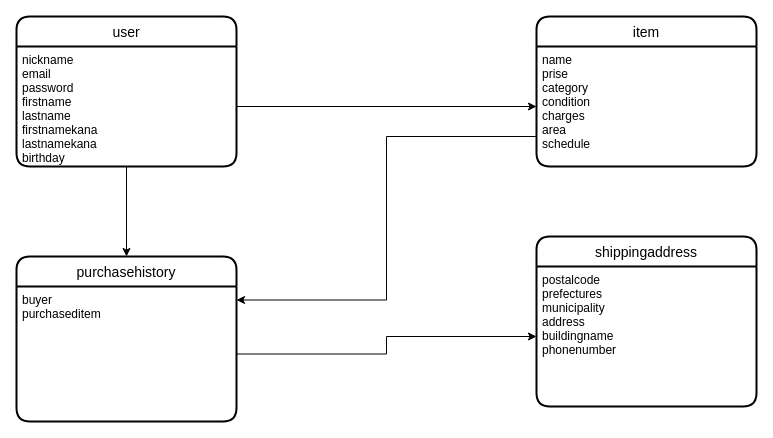
The draw.io diagram furima.dio in tmgg1212/furima-33015, before the edit. Source tidied: cells renumbered, new cells numbered last; positions are measured from the earlier drawing's top-left corner, leaving out a move shared by most shapes. Both pictures are drawn from the tidied source at 100%, with x=0, y=0 at pixel (16, 16).
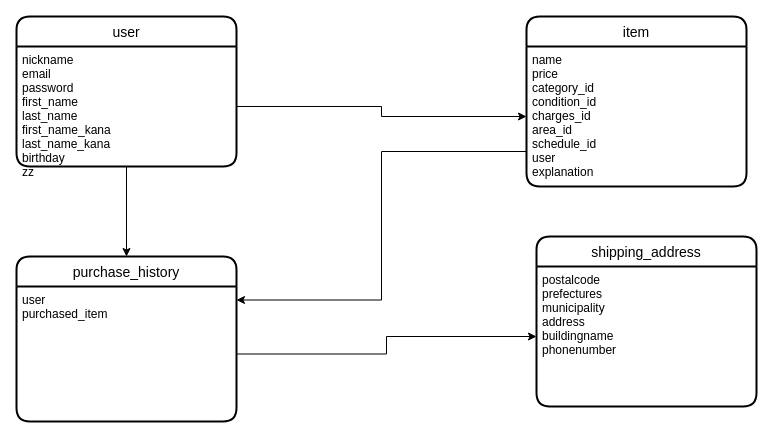
After the change.

The edit, as a diff of the source:
```diff
@@
 <mxGraphModel>
   <root>
     <mxCell id="0" />
     <mxCell id="1" parent="0" />
     <mxCell id="2" value="user" style="swimlane;horizontal=1;startSize=30;rounded=1;fontSize=14;fontStyle=0;strokeWidth=2;shadow=0;dashed=0;align=center;" parent="1" vertex="1">
       <mxGeometry width="220" height="150" as="geometry" />
     </mxCell>
-    <mxCell id="3" value="nickname&#10;email&#10;password&#10;firstname&#10;lastname&#10;firstnamekana&#10;lastnamekana&#10;birthday&#10;&#10;" style="align=left;strokeColor=none;fillColor=none;spacingLeft=4;fontSize=12;verticalAlign=top;" parent="2" vertex="1">
+    <mxCell id="3" value="nickname&#10;email&#10;password&#10;first_name&#10;last_name&#10;first_name_kana&#10;last_name_kana&#10;birthday&#10;zz&#10;" style="align=left;strokeColor=none;fillColor=none;spacingLeft=4;fontSize=12;verticalAlign=top;" parent="2" vertex="1">
       <mxGeometry y="30" width="220" height="120" as="geometry" />
     </mxCell>
     <mxCell id="4" value="item" style="swimlane;horizontal=1;startSize=30;rounded=1;fontSize=14;fontStyle=0;strokeWidth=2;shadow=0;dashed=0;align=center;" parent="1" vertex="1">
-      <mxGeometry x="520" width="220" height="150" as="geometry" />
+      <mxGeometry x="510" width="220" height="170" as="geometry" />
     </mxCell>
     <mxCell id="5" style="edgeStyle=orthogonalEdgeStyle;rounded=0;orthogonalLoop=1;jettySize=auto;html=1;exitX=0.5;exitY=1;exitDx=0;exitDy=0;" parent="4" edge="1" source="6" target="6">
       <mxGeometry relative="1" as="geometry" />
     </mxCell>
-    <mxCell id="6" value="name&#10;prise&#10;category&#10;condition&#10;charges&#10;area&#10;schedule" style="align=left;strokeColor=none;fillColor=none;spacingLeft=4;fontSize=12;verticalAlign=top;" parent="4" vertex="1">
-      <mxGeometry y="30" width="220" height="120" as="geometry" />
+    <mxCell id="6" value="name&#10;price&#10;category_id&#10;condition_id&#10;charges_id&#10;area_id&#10;schedule_id&#10;user&#10;explanation&#10;" style="align=left;strokeColor=none;fillColor=none;spacingLeft=4;fontSize=12;verticalAlign=top;" parent="4" vertex="1">
+      <mxGeometry y="30" width="220" height="140" as="geometry" />
     </mxCell>
     <mxCell id="7" style="edgeStyle=orthogonalEdgeStyle;rounded=0;jettySize=auto;html=1;exitX=1;exitY=0.5;exitDx=0;exitDy=0;entryX=0;entryY=0.5;entryDx=0;entryDy=0;" parent="1" edge="1" source="3" target="6">
       <mxGeometry relative="1" as="geometry" />
     </mxCell>
-    <mxCell id="8" value="shippingaddress" style="swimlane;horizontal=1;startSize=30;rounded=1;fontSize=14;fontStyle=0;strokeWidth=2;shadow=0;dashed=0;align=center;" parent="1" vertex="1">
+    <mxCell id="8" value="shipping_address" style="swimlane;horizontal=1;startSize=30;rounded=1;fontSize=14;fontStyle=0;strokeWidth=2;shadow=0;dashed=0;align=center;" parent="1" vertex="1">
       <mxGeometry x="520" y="220" width="220" height="170" as="geometry" />
     </mxCell>
     <mxCell id="9" value="postalcode&#10;prefectures&#10;municipality&#10;address&#10;buildingname&#10;phonenumber" style="align=left;strokeColor=none;fillColor=none;spacingLeft=4;fontSize=12;verticalAlign=top;" parent="8" vertex="1">
       <mxGeometry y="30" width="220" height="140" as="geometry" />
     </mxCell>
-    <mxCell id="10" value="purchasehistory" style="swimlane;horizontal=1;startSize=30;rounded=1;fontSize=14;fontStyle=0;strokeWidth=2;shadow=0;dashed=0;align=center;" parent="1" vertex="1">
+    <mxCell id="10" value="purchase_history" style="swimlane;horizontal=1;startSize=30;rounded=1;fontSize=14;fontStyle=0;strokeWidth=2;shadow=0;dashed=0;align=center;" parent="1" vertex="1">
       <mxGeometry y="240" width="220" height="165" as="geometry" />
     </mxCell>
-    <mxCell id="11" value="buyer&#10;purchaseditem&#10;&#10;" style="align=left;strokeColor=none;fillColor=none;spacingLeft=4;fontSize=12;verticalAlign=top;" parent="10" vertex="1">
+    <mxCell id="11" value="user&#10;purchased_item&#10;&#10;" style="align=left;strokeColor=none;fillColor=none;spacingLeft=4;fontSize=12;verticalAlign=top;" parent="10" vertex="1">
       <mxGeometry y="30" width="220" height="135" as="geometry" />
     </mxCell>
     <mxCell id="12" style="edgeStyle=orthogonalEdgeStyle;rounded=0;jettySize=auto;html=1;exitX=1;exitY=0.5;exitDx=0;exitDy=0;entryX=0;entryY=0.5;entryDx=0;entryDy=0;" parent="1" edge="1" source="11" target="9">
       <mxGeometry relative="1" as="geometry" />
     </mxCell>
     <mxCell id="13" style="edgeStyle=orthogonalEdgeStyle;rounded=0;jettySize=auto;html=1;exitX=0.5;exitY=1;exitDx=0;exitDy=0;entryX=0.5;entryY=0;entryDx=0;entryDy=0;" parent="1" edge="1" source="3" target="10">
       <mxGeometry relative="1" as="geometry" />
     </mxCell>
     <mxCell id="14" style="edgeStyle=orthogonalEdgeStyle;rounded=0;jettySize=auto;html=1;exitX=0;exitY=0.75;exitDx=0;exitDy=0;entryX=1;entryY=0.1;entryDx=0;entryDy=0;entryPerimeter=0;" parent="1" edge="1" source="6" target="11">
       <mxGeometry relative="1" as="geometry" />
     </mxCell>
   </root>
 </mxGraphModel>
```
